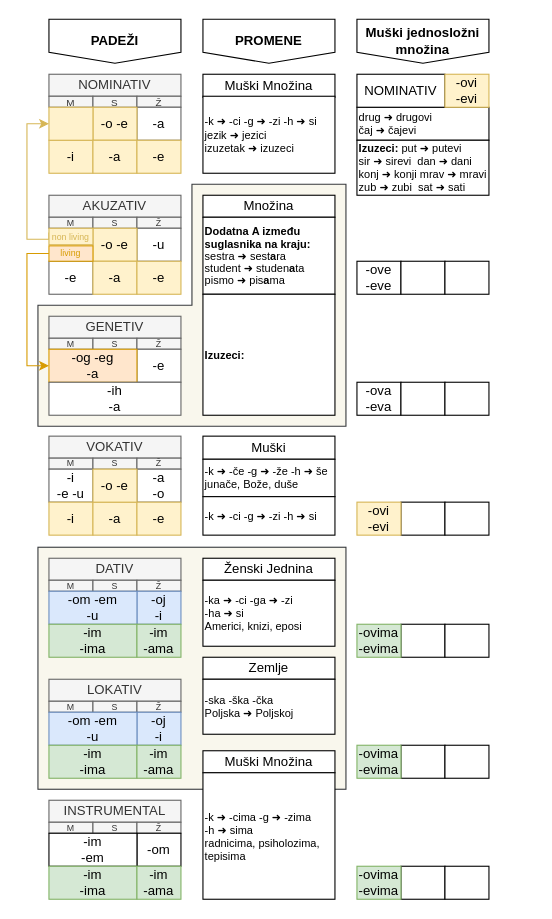
This is padezi.drawio from vlandivir/srpski, a draw.io file, before an edit. Source tidied: cells renumbered, new cells numbered last; positions are measured from the earlier drawing's top-left corner, leaving out a move shared by most shapes. Both pictures are drawn from the tidied source at 110%, with x=0, y=0 at pixel (26, 19).
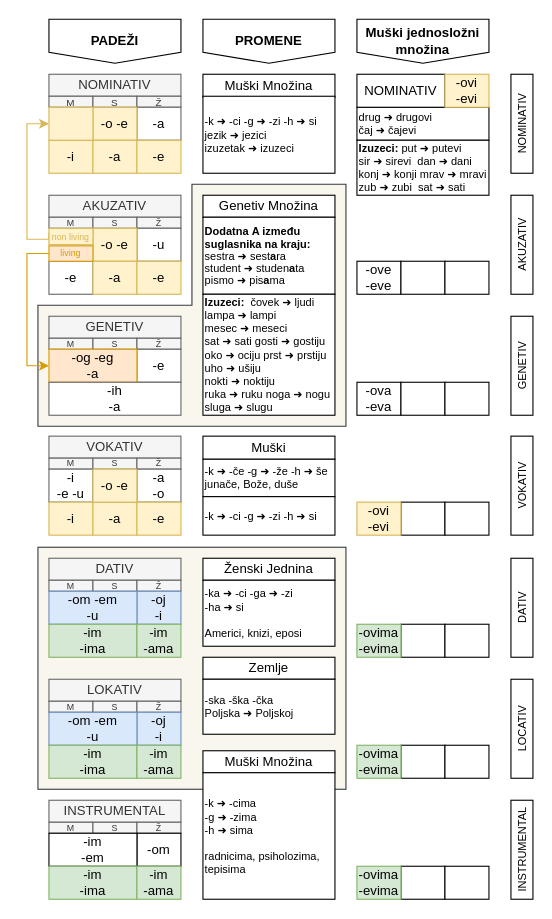
Above is the later version.

What changed in the source:
```diff
@@
-    <mxCell id="93" value="-ka ➜ -ci -ga ➜ -zi &lt;br&gt;-ha ➜ si&lt;br&gt;Americi, knizi, eposi" style="rounded=0;whiteSpace=wrap;html=1;align=left;fontSize=10;" parent="1" vertex="1">
+    <mxCell id="93" value="-ka ➜ -ci -ga ➜ -zi &lt;br&gt;-ha ➜ si&lt;br&gt;&lt;br&gt;Americi, knizi, eposi" style="rounded=0;whiteSpace=wrap;html=1;align=left;fontSize=10;" parent="1" vertex="1">
       <mxGeometry x="160" y="510" width="120" height="60" as="geometry" />
     </mxCell>
@@
-    <mxCell id="95" value="-k ➜ -cima -g ➜ -zima&lt;br&gt;-h ➜ sima&lt;br&gt;radnicima, psiholozima, tepisima" style="rounded=0;whiteSpace=wrap;html=1;align=left;fontSize=10;" parent="1" vertex="1">
+    <mxCell id="95" value="-k ➜ -cima &lt;br&gt;-g ➜ -zima &lt;br&gt;-h ➜ sima&lt;br&gt;&lt;br&gt;radnicima, psiholozima, tepisima" style="rounded=0;whiteSpace=wrap;html=1;align=left;fontSize=10;" parent="1" vertex="1">
       <mxGeometry x="160" y="685" width="120" height="115" as="geometry" />
     </mxCell>
@@
-    <mxCell id="98" value="Množina" style="rounded=0;whiteSpace=wrap;html=1;" parent="1" vertex="1">
+    <mxCell id="98" value="Genetiv Množina" style="rounded=0;whiteSpace=wrap;html=1;" parent="1" vertex="1">
       <mxGeometry x="160" y="160" width="120" height="20" as="geometry" />
     </mxCell>
@@
-    <mxCell id="106" value="&lt;b&gt;Izuzeci:&amp;nbsp;&lt;/b&gt;" style="rounded=0;whiteSpace=wrap;html=1;align=left;fontSize=10;" parent="1" vertex="1">
+    <mxCell id="106" value="&lt;b&gt;Izuzeci:&amp;nbsp; &lt;/b&gt;čovek&lt;b&gt;&amp;nbsp;&lt;/b&gt;➜ ljudi&lt;br&gt;lampa ➜ lampi&lt;br&gt;mesec ➜ meseci&lt;br&gt;sat ➜ sati gosti ➜ gostiju&lt;br&gt;oko ➜ ociju prst ➜ prstiju&lt;br&gt;uho ➜ ušiju&lt;br&gt;nokti ➜ noktiju&lt;br&gt;ruka ➜ ruku noga ➜ nogu&lt;br&gt;sluga ➜ slugu" style="rounded=0;whiteSpace=wrap;html=1;align=left;fontSize=10;" parent="1" vertex="1">
       <mxGeometry x="160" y="250" width="120" height="110" as="geometry" />
     </mxCell>
+    <mxCell id="107" value="NOMINATIV" style="rounded=0;whiteSpace=wrap;html=1;fontSize=10;horizontal=0;" parent="1" vertex="1">
+      <mxGeometry x="440" y="50" width="20" height="90" as="geometry" />
+    </mxCell>
+    <mxCell id="108" value="AKUZATIV" style="rounded=0;whiteSpace=wrap;html=1;fontSize=10;horizontal=0;" parent="1" vertex="1">
+      <mxGeometry x="440" y="160" width="20" height="90" as="geometry" />
+    </mxCell>
+    <mxCell id="109" value="GENETIV" style="rounded=0;whiteSpace=wrap;html=1;fontSize=10;horizontal=0;" parent="1" vertex="1">
+      <mxGeometry x="440" y="270" width="20" height="90" as="geometry" />
+    </mxCell>
+    <mxCell id="110" value="VOKATIV" style="rounded=0;whiteSpace=wrap;html=1;fontSize=10;horizontal=0;" parent="1" vertex="1">
+      <mxGeometry x="440" y="379" width="20" height="90" as="geometry" />
+    </mxCell>
+    <mxCell id="111" value="DATIV" style="rounded=0;whiteSpace=wrap;html=1;fontSize=10;horizontal=0;" parent="1" vertex="1">
+      <mxGeometry x="440" y="490" width="20" height="90" as="geometry" />
+    </mxCell>
+    <mxCell id="112" value="LOCATIV" style="rounded=0;whiteSpace=wrap;html=1;fontSize=10;horizontal=0;" parent="1" vertex="1">
+      <mxGeometry x="440" y="600" width="20" height="90" as="geometry" />
+    </mxCell>
+    <mxCell id="113" value="INSTRUMENTAL" style="rounded=0;whiteSpace=wrap;html=1;fontSize=10;horizontal=0;" parent="1" vertex="1">
+      <mxGeometry x="440" y="710" width="20" height="90" as="geometry" />
+    </mxCell>
```
